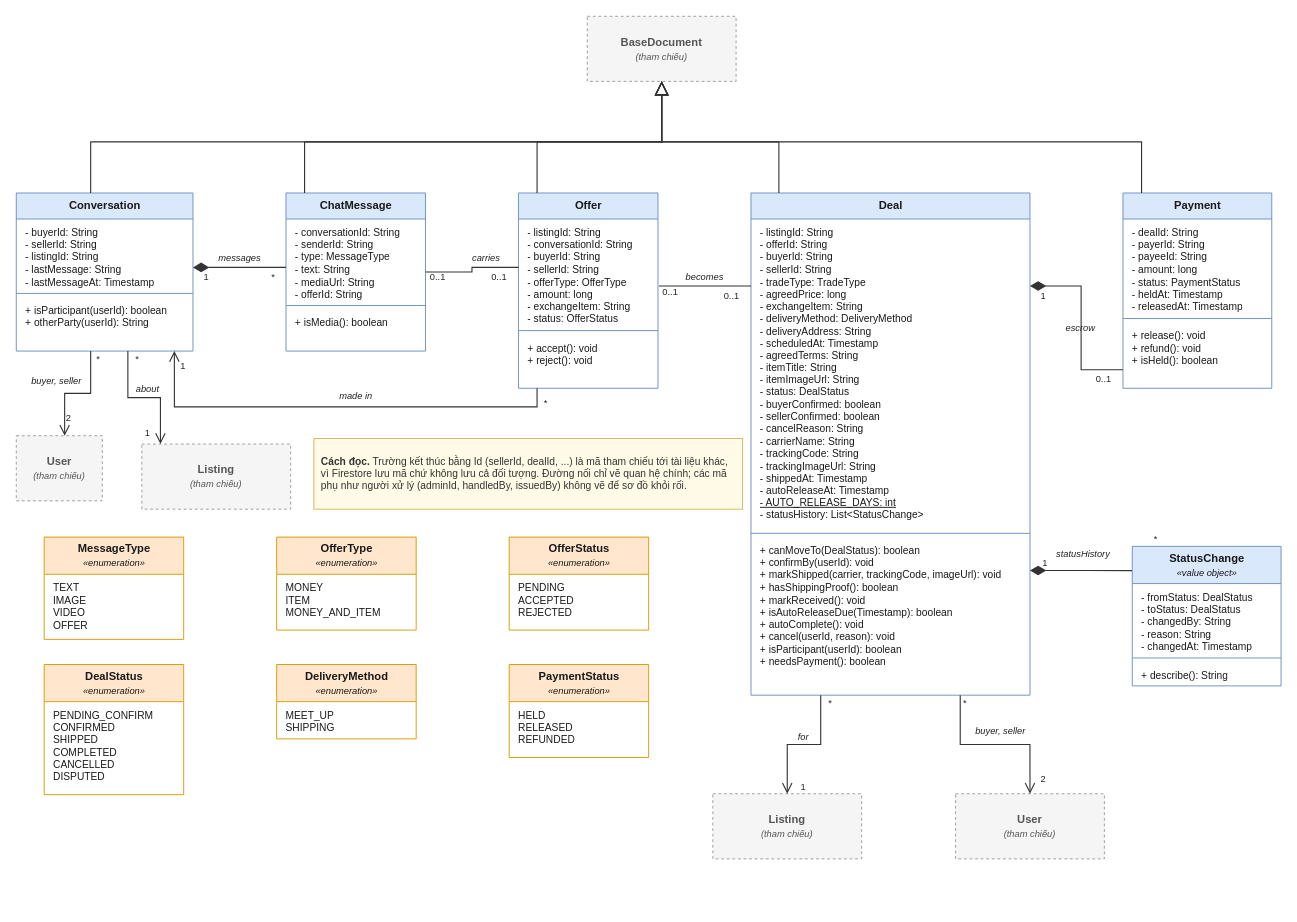
Above: page "3. Trao đổi, giao dịch" (4 of 8) of workflow/docs/diagrams/so-do-lop/class-diagram.drawio in tahpnart8/NHOM3-MobileApp (draw.io), before the change. Source tidied: cells renumbered, new cells numbered last; positions are measured from the earlier drawing's top-left corner, leaving out a move shared by most shapes. Both pictures are drawn from the tidied source at 93%, with x=0, y=0 at pixel (16, 16).
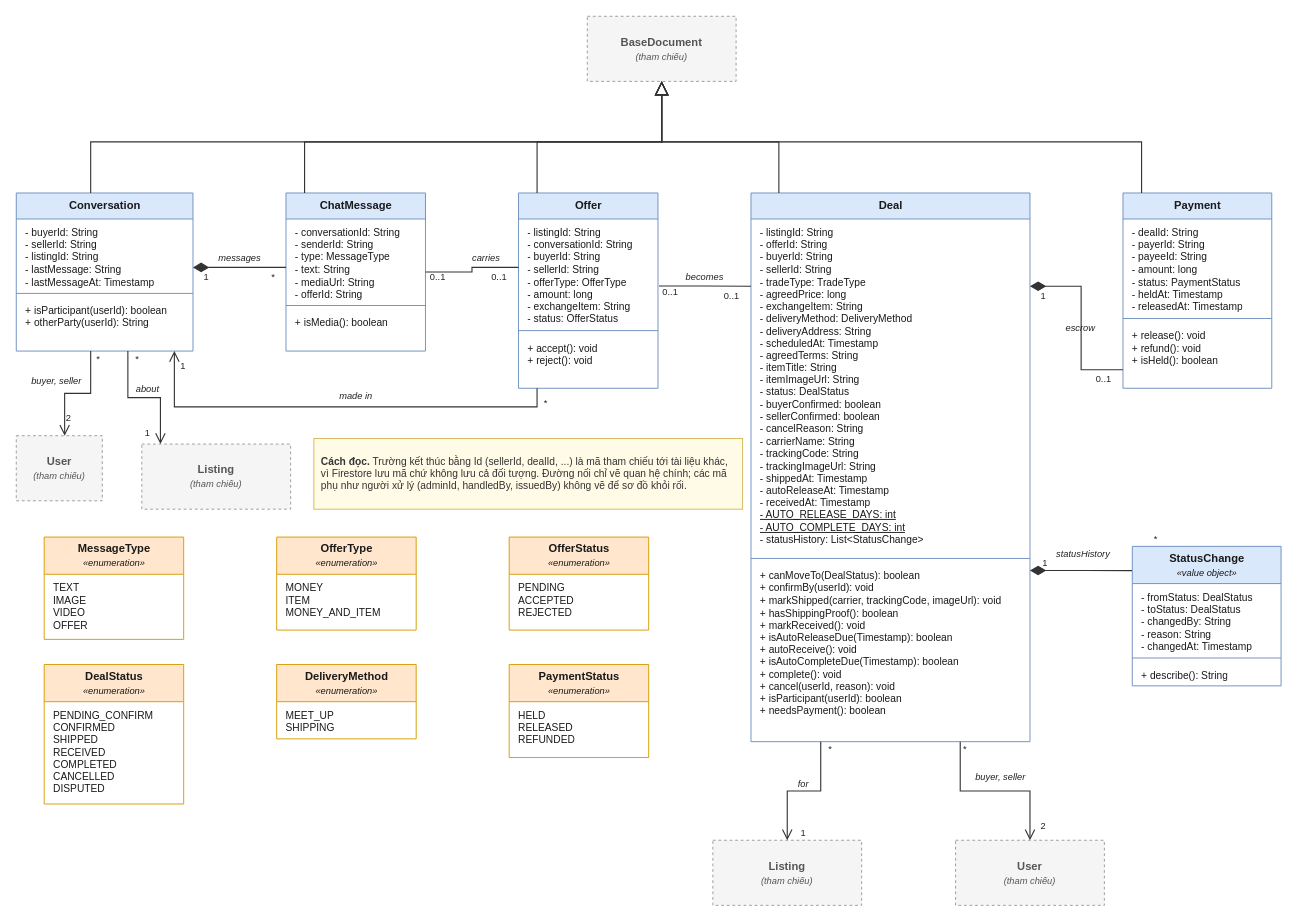
The same page after the edit.

Unchanged cells that the change refers to:
```xml
<mxCell id="12" value="- listingId: String&lt;br&gt;- conversationId: String&lt;br&gt;- buyerId: String&lt;br&gt;- sellerId: String&lt;br&gt;- offerType: OfferType&lt;br&gt;- amount: long&lt;br&gt;- exchangeItem: String&lt;br&gt;- status: OfferStatus" style="text;strokeColor=none;fillColor=none;align=left;verticalAlign=top;spacingLeft=8;spacingRight=4;spacingTop=2;overflow=hidden;html=1;whiteSpace=nowrap;fontSize=11;fontFamily=Helvetica;fontColor=#1A1A1A;" parent="11" vertex="1">
  <mxGeometry y="28" width="150" height="116" as="geometry" />
</mxCell>
<mxCell id="19" value="&lt;b&gt;Payment&lt;/b&gt;" style="swimlane;fontStyle=0;horizontal=1;startSize=28;fillColor=#DAE8FC;strokeColor=#6C8EBF;swimlaneFillColor=#FFFFFF;html=1;whiteSpace=nowrap;fontSize=12;fontFamily=Helvetica;fontColor=#1A1A1A;" parent="1" vertex="1">
  <mxGeometry x="1190" y="190" width="160" height="210" as="geometry" />
</mxCell>
<mxCell id="27" value="&lt;b&gt;StatusChange&lt;/b&gt;&lt;br&gt;&lt;i style=&quot;font-size:10px&quot;&gt;«value object»&lt;/i&gt;" style="swimlane;fontStyle=0;horizontal=1;startSize=40;fillColor=#DAE8FC;strokeColor=#6C8EBF;swimlaneFillColor=#FFFFFF;html=1;whiteSpace=nowrap;fontSize=12;fontFamily=Helvetica;fontColor=#1A1A1A;" parent="1" vertex="1">
  <mxGeometry x="1200" y="570" width="160" height="150" as="geometry" />
</mxCell>
```

Diff of the diagram source:
```diff
@@
     <mxCell id="15" value="&lt;b&gt;Deal&lt;/b&gt;" style="swimlane;fontStyle=0;horizontal=1;startSize=28;fillColor=#DAE8FC;strokeColor=#6C8EBF;swimlaneFillColor=#FFFFFF;html=1;whiteSpace=nowrap;fontSize=12;fontFamily=Helvetica;fontColor=#1A1A1A;" parent="1" vertex="1">
-      <mxGeometry x="790" y="190" width="300" height="540" as="geometry" />
+      <mxGeometry x="790" y="190" width="300" height="590" as="geometry" />
     </mxCell>
-    <mxCell id="16" value="- listingId: String&lt;br&gt;- offerId: String&lt;br&gt;- buyerId: String&lt;br&gt;- sellerId: String&lt;br&gt;- tradeType: TradeType&lt;br&gt;- agreedPrice: long&lt;br&gt;- exchangeItem: String&lt;br&gt;- deliveryMethod: DeliveryMethod&lt;br&gt;- deliveryAddress: String&lt;br&gt;- scheduledAt: Timestamp&lt;br&gt;- agreedTerms: String&lt;br&gt;- itemTitle: String&lt;br&gt;- itemImageUrl: String&lt;br&gt;- status: DealStatus&lt;br&gt;- buyerConfirmed: boolean&lt;br&gt;- sellerConfirmed: boolean&lt;br&gt;- cancelReason: String&lt;br&gt;- carrierName: String&lt;br&gt;- trackingCode: String&lt;br&gt;- trackingImageUrl: String&lt;br&gt;- shippedAt: Timestamp&lt;br&gt;- autoReleaseAt: Timestamp&lt;br&gt;&lt;u&gt;- AUTO_RELEASE_DAYS: int&lt;/u&gt;&lt;br&gt;- statusHistory: List&amp;lt;StatusChange&amp;gt;" style="text;strokeColor=none;fillColor=none;align=left;verticalAlign=top;spacingLeft=8;spacingRight=4;spacingTop=2;overflow=hidden;html=1;whiteSpace=nowrap;fontSize=11;fontFamily=Helvetica;fontColor=#1A1A1A;" parent="15" vertex="1">
-      <mxGeometry y="28" width="300" height="334" as="geometry" />
-    </mxCell>
-    <mxCell id="17" style="line;strokeWidth=1;fillColor=none;align=left;verticalAlign=middle;html=1;strokeColor=#6C8EBF;" parent="15" vertex="1">
-      <mxGeometry y="362" width="300" height="8" as="geometry" />
-    </mxCell>
-    <mxCell id="18" value="+ canMoveTo(DealStatus): boolean&lt;br&gt;+ confirmBy(userId): void&lt;br&gt;+ markShipped(carrier, trackingCode, imageUrl): void&lt;br&gt;+ hasShippingProof(): boolean&lt;br&gt;+ markReceived(): void&lt;br&gt;+ isAutoReleaseDue(Timestamp): boolean&lt;br&gt;+ autoComplete(): void&lt;br&gt;+ cancel(userId, reason): void&lt;br&gt;+ isParticipant(userId): boolean&lt;br&gt;+ needsPayment(): boolean" style="text;strokeColor=none;fillColor=none;align=left;verticalAlign=top;spacingLeft=8;spacingRight=4;spacingTop=2;overflow=hidden;html=1;whiteSpace=nowrap;fontSize=11;fontFamily=Helvetica;fontColor=#1A1A1A;" parent="15" vertex="1">
-      <mxGeometry y="370" width="300" height="144" as="geometry" />
-    </mxCell>
@@
     <mxCell id="25" value="&lt;b&gt;Listing&lt;/b&gt;&lt;br&gt;&lt;i style=&quot;font-size:10px&quot;&gt;(tham chiếu)&lt;/i&gt;" style="rounded=0;whiteSpace=wrap;html=1;fillColor=#F5F5F5;strokeColor=#999999;dashed=1;fontColor=#555555;fontSize=12;fontFamily=Helvetica;" parent="1" vertex="1">
-      <mxGeometry x="749" y="836" width="160" height="70" as="geometry" />
+      <mxGeometry x="749" y="886" width="160" height="70" as="geometry" />
     </mxCell>
     <mxCell id="26" value="&lt;b&gt;User&lt;/b&gt;&lt;br&gt;&lt;i style=&quot;font-size:10px&quot;&gt;(tham chiếu)&lt;/i&gt;" style="rounded=0;whiteSpace=wrap;html=1;fillColor=#F5F5F5;strokeColor=#999999;dashed=1;fontColor=#555555;fontSize=12;fontFamily=Helvetica;" parent="1" vertex="1">
-      <mxGeometry x="1010" y="836" width="160" height="70" as="geometry" />
+      <mxGeometry x="1010" y="886" width="160" height="70" as="geometry" />
     </mxCell>
@@
     <mxCell id="37" value="&lt;b&gt;DealStatus&lt;/b&gt;&lt;br&gt;&lt;i style=&quot;font-size:10px&quot;&gt;«enumeration»&lt;/i&gt;" style="swimlane;fontStyle=0;horizontal=1;startSize=40;fillColor=#FFE6CC;strokeColor=#D79B00;swimlaneFillColor=#FFFFFF;html=1;whiteSpace=nowrap;fontSize=12;fontFamily=Helvetica;fontColor=#1A1A1A;" parent="1" vertex="1">
-      <mxGeometry x="30" y="697" width="150" height="140" as="geometry" />
+      <mxGeometry x="30" y="697" width="150" height="150" as="geometry" />
     </mxCell>
-    <mxCell id="38" value="PENDING_CONFIRM&lt;br&gt;CONFIRMED&lt;br&gt;SHIPPED&lt;br&gt;COMPLETED&lt;br&gt;CANCELLED&lt;br&gt;DISPUTED" style="text;strokeColor=none;fillColor=none;align=left;verticalAlign=top;spacingLeft=8;spacingRight=4;spacingTop=2;overflow=hidden;html=1;whiteSpace=nowrap;fontSize=11;fontFamily=Helvetica;fontColor=#1A1A1A;" parent="37" vertex="1">
-      <mxGeometry y="40" width="150" height="89" as="geometry" />
-    </mxCell>
@@
-    <mxCell id="54" style="html=1;rounded=0;edgeStyle=orthogonalEdgeStyle;jettySize=auto;exitX=1.007;exitY=0.621;exitDx=0;exitDy=0;entryX=0.0;entryY=0.1852;entryDx=0;entryDy=0;strokeColor=#333333;strokeWidth=1.2;endArrow=none;startArrow=none;exitPerimeter=0;" parent="1" edge="1" source="12" target="15">
+    <mxCell id="54" style="html=1;rounded=0;edgeStyle=orthogonalEdgeStyle;jettySize=auto;exitX=1.007;exitY=0.621;exitDx=0;exitDy=0;entryX=0.0;entryY=0.170;entryDx=0;entryDy=0;strokeColor=#333333;strokeWidth=1.2;endArrow=none;startArrow=none;exitPerimeter=0;" parent="1" edge="1" source="12" target="15">
       <mxGeometry relative="1" as="geometry" />
     </mxCell>
@@
-    <mxCell id="57" style="html=1;rounded=0;edgeStyle=orthogonalEdgeStyle;jettySize=auto;exitX=1;exitY=0.25;exitDx=0;exitDy=0;entryX=-0.002;entryY=0.174;entryDx=0;entryDy=0;strokeColor=#333333;strokeWidth=1.2;startArrow=diamondThin;startFill=1;startSize=14;endArrow=none;entryPerimeter=0;" parent="1" edge="1" source="18" target="27">
+    <mxCell id="57" style="html=1;rounded=0;edgeStyle=orthogonalEdgeStyle;jettySize=auto;exitDx=0;exitDy=0;entryX=-0.002;entryY=0.174;entryDx=0;entryDy=0;strokeColor=#333333;strokeWidth=1.2;startArrow=diamondThin;startFill=1;startSize=14;endArrow=none;entryPerimeter=0;exitX=1.000;exitY=0.688;" parent="1" edge="1" source="15" target="27">
       <mxGeometry relative="1" as="geometry" />
     </mxCell>
-    <mxCell id="58" style="html=1;rounded=0;edgeStyle=orthogonalEdgeStyle;jettySize=auto;exitX=1.0;exitY=0.1852;exitDx=0;exitDy=0;entryX=0.0;entryY=0.9048;entryDx=0;entryDy=0;strokeColor=#333333;strokeWidth=1.2;startArrow=diamondThin;startFill=1;startSize=14;endArrow=none;" parent="1" edge="1" source="15" target="19">
+    <mxCell id="58" style="html=1;rounded=0;edgeStyle=orthogonalEdgeStyle;jettySize=auto;exitX=1.0;exitY=0.170;exitDx=0;exitDy=0;entryX=0.0;entryY=0.9048;entryDx=0;entryDy=0;strokeColor=#333333;strokeWidth=1.2;startArrow=diamondThin;startFill=1;startSize=14;endArrow=none;" parent="1" edge="1" source="15" target="19">
       <mxGeometry relative="1" as="geometry" />
     </mxCell>
@@
     <mxCell id="77" value="*" style="text;html=1;strokeColor=none;fillColor=none;align=center;verticalAlign=middle;whiteSpace=nowrap;fontSize=10;fontFamily=Helvetica;fontColor=#222222;" parent="1" vertex="1">
-      <mxGeometry x="870" y="730" width="10" height="16" as="geometry" />
+      <mxGeometry x="870" y="780" width="10" height="16" as="geometry" />
     </mxCell>
     <mxCell id="78" value="1" style="text;html=1;strokeColor=none;fillColor=none;align=center;verticalAlign=middle;whiteSpace=nowrap;fontSize=10;fontFamily=Helvetica;fontColor=#222222;" parent="1" vertex="1">
-      <mxGeometry x="840" y="820" width="12" height="16" as="geometry" />
+      <mxGeometry x="840" y="870" width="12" height="16" as="geometry" />
     </mxCell>
     <mxCell id="79" value="for" style="text;html=1;strokeColor=none;fillColor=none;align=center;verticalAlign=middle;whiteSpace=nowrap;fontSize=10;fontFamily=Helvetica;fontColor=#222222;fontStyle=2;" parent="1" vertex="1">
-      <mxGeometry x="837" y="767" width="18" height="16" as="geometry" />
+      <mxGeometry x="837" y="817" width="18" height="16" as="geometry" />
     </mxCell>
     <mxCell id="80" value="*" style="text;html=1;strokeColor=none;fillColor=none;align=center;verticalAlign=middle;whiteSpace=nowrap;fontSize=10;fontFamily=Helvetica;fontColor=#222222;" parent="1" vertex="1">
-      <mxGeometry x="1015" y="730" width="10" height="16" as="geometry" />
+      <mxGeometry x="1015" y="780" width="10" height="16" as="geometry" />
     </mxCell>
     <mxCell id="81" value="2" style="text;html=1;strokeColor=none;fillColor=none;align=center;verticalAlign=middle;whiteSpace=nowrap;fontSize=10;fontFamily=Helvetica;fontColor=#222222;" parent="1" vertex="1">
-      <mxGeometry x="1098" y="812" width="12" height="16" as="geometry" />
+      <mxGeometry x="1098" y="862" width="12" height="16" as="geometry" />
     </mxCell>
     <mxCell id="82" value="buyer, seller" style="text;html=1;strokeColor=none;fillColor=none;align=center;verticalAlign=middle;whiteSpace=nowrap;fontSize=10;fontFamily=Helvetica;fontColor=#222222;fontStyle=2;" parent="1" vertex="1">
-      <mxGeometry x="1025" y="760" width="65" height="16" as="geometry" />
+      <mxGeometry x="1025" y="810" width="65" height="16" as="geometry" />
     </mxCell>
@@
+    <mxCell id="89" value="- listingId: String&lt;br&gt;- offerId: String&lt;br&gt;- buyerId: String&lt;br&gt;- sellerId: String&lt;br&gt;- tradeType: TradeType&lt;br&gt;- agreedPrice: long&lt;br&gt;- exchangeItem: String&lt;br&gt;- deliveryMethod: DeliveryMethod&lt;br&gt;- deliveryAddress: String&lt;br&gt;- scheduledAt: Timestamp&lt;br&gt;- agreedTerms: String&lt;br&gt;- itemTitle: String&lt;br&gt;- itemImageUrl: String&lt;br&gt;- status: DealStatus&lt;br&gt;- buyerConfirmed: boolean&lt;br&gt;- sellerConfirmed: boolean&lt;br&gt;- cancelReason: String&lt;br&gt;- carrierName: String&lt;br&gt;- trackingCode: String&lt;br&gt;- trackingImageUrl: String&lt;br&gt;- shippedAt: Timestamp&lt;br&gt;- autoReleaseAt: Timestamp&lt;br&gt;- receivedAt: Timestamp&lt;br&gt;&lt;u&gt;- AUTO_RELEASE_DAYS: int&lt;/u&gt;&lt;br&gt;&lt;u&gt;- AUTO_COMPLETE_DAYS: int&lt;/u&gt;&lt;br&gt;- statusHistory: List&amp;lt;StatusChange&amp;gt;" style="text;strokeColor=none;fillColor=none;align=left;verticalAlign=top;spacingLeft=8;spacingRight=4;spacingTop=2;overflow=hidden;html=1;whiteSpace=nowrap;fontSize=11;fontFamily=Helvetica;fontColor=#1A1A1A;" parent="15" vertex="1">
+      <mxGeometry y="28" width="300" height="361" as="geometry" />
+    </mxCell>
+    <mxCell id="90" style="line;strokeWidth=1;fillColor=none;align=left;verticalAlign=middle;html=1;strokeColor=#6C8EBF;" parent="15" vertex="1">
+      <mxGeometry y="389" width="300" height="8" as="geometry" />
+    </mxCell>
+    <mxCell id="91" value="+ canMoveTo(DealStatus): boolean&lt;br&gt;+ confirmBy(userId): void&lt;br&gt;+ markShipped(carrier, trackingCode, imageUrl): void&lt;br&gt;+ hasShippingProof(): boolean&lt;br&gt;+ markReceived(): void&lt;br&gt;+ isAutoReleaseDue(Timestamp): boolean&lt;br&gt;+ autoReceive(): void&lt;br&gt;+ isAutoCompleteDue(Timestamp): boolean&lt;br&gt;+ complete(): void&lt;br&gt;+ cancel(userId, reason): void&lt;br&gt;+ isParticipant(userId): boolean&lt;br&gt;+ needsPayment(): boolean" style="text;strokeColor=none;fillColor=none;align=left;verticalAlign=top;spacingLeft=8;spacingRight=4;spacingTop=2;overflow=hidden;html=1;whiteSpace=nowrap;fontSize=11;fontFamily=Helvetica;fontColor=#1A1A1A;" parent="15" vertex="1">
+      <mxGeometry y="397" width="300" height="171" as="geometry" />
+    </mxCell>
+    <mxCell id="92" value="PENDING_CONFIRM&lt;br&gt;CONFIRMED&lt;br&gt;SHIPPED&lt;br&gt;RECEIVED&lt;br&gt;COMPLETED&lt;br&gt;CANCELLED&lt;br&gt;DISPUTED" style="text;strokeColor=none;fillColor=none;align=left;verticalAlign=top;spacingLeft=8;spacingRight=4;spacingTop=2;overflow=hidden;html=1;whiteSpace=nowrap;fontSize=11;fontFamily=Helvetica;fontColor=#1A1A1A;" parent="37" vertex="1">
+      <mxGeometry y="40" width="150" height="103" as="geometry" />
+    </mxCell>
```
